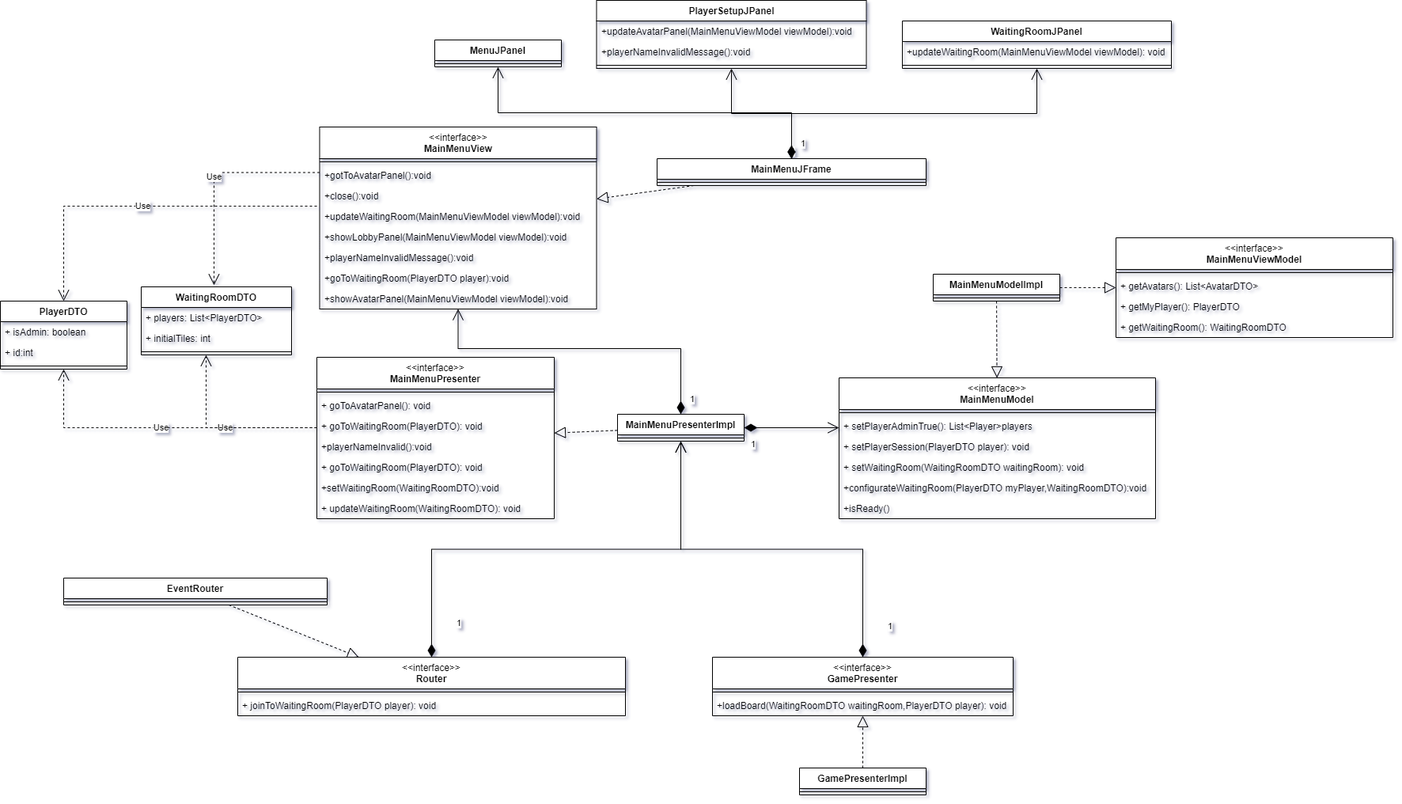
This is docs/imgs/CD_iniciar_partida.png from SilverFlin/DominosPizza, a draw.io export, as it was before one commit. Source tidied: cells renumbered, new cells last; positions are measured from the earlier drawing's top-left corner, leaving out a move shared by most shapes.
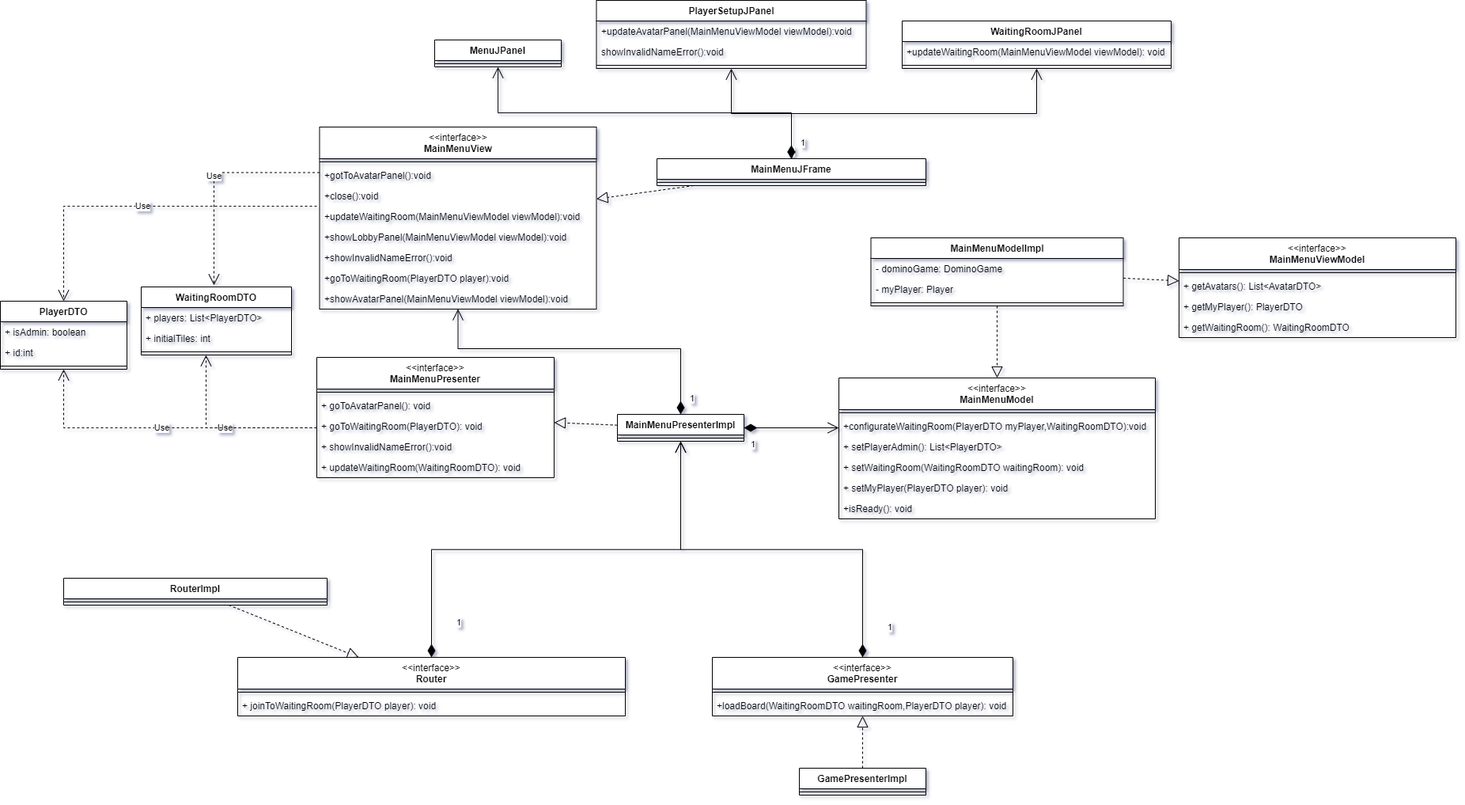
The same file after the commit.

Commit message:
docs: update iniciar partida

Diff of the diagram source:
```diff
@@ -17,18 +17,18 @@
     <mxCell id="6" value="&lt;b style=&quot;border-color: var(--border-color);&quot;&gt;MenuJPanel&lt;br&gt;&lt;br&gt;&lt;/b&gt;" style="swimlane;fontStyle=1;align=center;verticalAlign=top;horizontal=1;startSize=26;whiteSpace=wrap;html=1;" parent="1" vertex="1">
       <mxGeometry x="549" y="50" width="160" height="34" as="geometry" />
     </mxCell>
-    <mxCell id="7" style="line;strokeWidth=1;fillColor=none;align=left;verticalAlign=middle;spacingTop=-1;spacingLeft=3;spacingRight=3;labelPosition=right;strokeColor=inherit;" parent="6" vertex="1">
-      <mxGeometry y="26" width="160" height="8" as="geometry" />
-    </mxCell>
+    <mxCell id="81" style="line;strokeWidth=1;fillColor=none;align=left;verticalAlign=middle;spacingTop=-1;spacingLeft=3;spacingRight=3;labelPosition=right;strokeColor=inherit;" parent="6" vertex="1">
+      <mxGeometry y="26" width="160" height="8" as="geometry" />
+    </mxCell>
     <mxCell id="8" value="&lt;b style=&quot;border-color: var(--border-color);&quot;&gt;&lt;b style=&quot;border-color: var(--border-color);&quot;&gt;PlayerSetupJPanel&lt;br&gt;&lt;/b&gt;&lt;br&gt;&lt;/b&gt;" style="swimlane;fontStyle=1;align=center;verticalAlign=top;horizontal=1;startSize=26;whiteSpace=wrap;html=1;" parent="1" vertex="1">
       <mxGeometry x="753.5" width="341" height="86" as="geometry" />
     </mxCell>
     <mxCell id="9" value="+updateAvatarPanel(MainMenuViewModel viewModel):void" style="text;strokeColor=none;fillColor=none;align=left;verticalAlign=top;spacingLeft=4;spacingRight=4;overflow=hidden;whiteSpace=wrap;html=1;" parent="8" vertex="1">
       <mxGeometry y="26" width="341" height="26" as="geometry" />
     </mxCell>
-    <mxCell id="10" value="+playerNameInvalidMessage():void" style="text;strokeColor=none;fillColor=none;align=left;verticalAlign=top;spacingLeft=4;spacingRight=4;overflow=hidden;whiteSpace=wrap;html=1;" parent="8" vertex="1">
-      <mxGeometry y="52" width="341" height="26" as="geometry" />
-    </mxCell>
+    <mxCell id="82" value="showInvalidNameError():void" style="text;strokeColor=none;fillColor=none;align=left;verticalAlign=top;spacingLeft=4;spacingRight=4;overflow=hidden;whiteSpace=wrap;html=1;" parent="8" vertex="1">
+      <mxGeometry y="52" width="341" height="26" as="geometry" />
+    </mxCell>
     <mxCell id="11" style="line;strokeWidth=1;fillColor=none;align=left;verticalAlign=middle;spacingTop=-1;spacingLeft=3;spacingRight=3;labelPosition=right;strokeColor=inherit;" parent="8" vertex="1">
       <mxGeometry y="78" width="341" height="8" as="geometry" />
     </mxCell>
@@ -53,9 +53,9 @@
     <mxCell id="18" value="&lt;span style=&quot;border-color: var(--border-color);&quot;&gt;&lt;span style=&quot;border-color: var(--border-color);&quot;&gt;&lt;span style=&quot;font-weight: normal;&quot;&gt;&amp;lt;&amp;lt;interface&amp;gt;&amp;gt;&lt;/span&gt;&lt;br&gt;MainMenuView&lt;/span&gt;&lt;br&gt;&lt;/span&gt;" style="swimlane;fontStyle=1;align=center;verticalAlign=top;horizontal=1;startSize=40;whiteSpace=wrap;html=1;" parent="1" vertex="1">
       <mxGeometry x="403.5" y="160" width="350" height="230" as="geometry" />
     </mxCell>
-    <mxCell id="19" style="line;strokeWidth=1;fillColor=none;align=left;verticalAlign=middle;spacingTop=-1;spacingLeft=3;spacingRight=3;labelPosition=right;strokeColor=inherit;" parent="18" vertex="1">
-      <mxGeometry y="40" width="350" height="8" as="geometry" />
-    </mxCell>
+    <mxCell id="83" style="line;strokeWidth=1;fillColor=none;align=left;verticalAlign=middle;spacingTop=-1;spacingLeft=3;spacingRight=3;labelPosition=right;strokeColor=inherit;" parent="18" vertex="1">
+      <mxGeometry y="40" width="350" height="8" as="geometry" />
+    </mxCell>
     <mxCell id="20" value="+gotToAvatarPanel():void" style="text;strokeColor=none;fillColor=none;align=left;verticalAlign=top;spacingLeft=4;spacingRight=4;overflow=hidden;whiteSpace=wrap;html=1;" parent="18" vertex="1">
       <mxGeometry y="48" width="350" height="26" as="geometry" />
     </mxCell>
@@ -68,9 +68,9 @@
     <mxCell id="23" value="+showLobbyPanel(MainMenuViewModel viewModel):void" style="text;strokeColor=none;fillColor=none;align=left;verticalAlign=top;spacingLeft=4;spacingRight=4;overflow=hidden;whiteSpace=wrap;html=1;" parent="18" vertex="1">
       <mxGeometry y="126" width="350" height="26" as="geometry" />
     </mxCell>
-    <mxCell id="24" value="+playerNameInvalidMessage():void" style="text;strokeColor=none;fillColor=none;align=left;verticalAlign=top;spacingLeft=4;spacingRight=4;overflow=hidden;whiteSpace=wrap;html=1;" parent="18" vertex="1">
-      <mxGeometry y="152" width="350" height="26" as="geometry" />
-    </mxCell>
+    <mxCell id="84" value="+showInvalidNameError():void" style="text;strokeColor=none;fillColor=none;align=left;verticalAlign=top;spacingLeft=4;spacingRight=4;overflow=hidden;whiteSpace=wrap;html=1;" parent="18" vertex="1">
+      <mxGeometry y="152" width="350" height="26" as="geometry" />
+    </mxCell>
     <mxCell id="25" value="+goToWaitingRoom(PlayerDTO player):void" style="text;strokeColor=none;fillColor=none;align=left;verticalAlign=top;spacingLeft=4;spacingRight=4;overflow=hidden;whiteSpace=wrap;html=1;" parent="18" vertex="1">
       <mxGeometry y="178" width="350" height="26" as="geometry" />
     </mxCell>
@@ -80,11 +80,11 @@
     <mxCell id="27" value="&lt;b style=&quot;border-color: var(--border-color);&quot;&gt;MainMenuPresenterImpl&lt;br&gt;&lt;/b&gt;" style="swimlane;fontStyle=1;align=center;verticalAlign=top;horizontal=1;startSize=26;whiteSpace=wrap;html=1;" parent="1" vertex="1">
       <mxGeometry x="780" y="523" width="160" height="34" as="geometry" />
     </mxCell>
-    <mxCell id="28" style="line;strokeWidth=1;fillColor=none;align=left;verticalAlign=middle;spacingTop=-1;spacingLeft=3;spacingRight=3;labelPosition=right;strokeColor=inherit;" parent="27" vertex="1">
-      <mxGeometry y="26" width="160" height="8" as="geometry" />
-    </mxCell>
+    <mxCell id="85" style="line;strokeWidth=1;fillColor=none;align=left;verticalAlign=middle;spacingTop=-1;spacingLeft=3;spacingRight=3;labelPosition=right;strokeColor=inherit;" parent="27" vertex="1">
+      <mxGeometry y="26" width="160" height="8" as="geometry" />
+    </mxCell>
     <mxCell id="29" value="&lt;span style=&quot;border-color: var(--border-color);&quot;&gt;&lt;span style=&quot;border-color: var(--border-color);&quot;&gt;&lt;span style=&quot;font-weight: normal;&quot;&gt;&amp;lt;&amp;lt;interface&amp;gt;&amp;gt;&lt;/span&gt;&lt;br&gt;MainMenuPresenter&lt;/span&gt;&lt;br&gt;&lt;/span&gt;" style="swimlane;fontStyle=1;align=center;verticalAlign=top;horizontal=1;startSize=40;whiteSpace=wrap;html=1;" parent="1" vertex="1">
-      <mxGeometry x="400" y="451" width="300" height="204" as="geometry" />
+      <mxGeometry x="400" y="451" width="300" height="152" as="geometry" />
     </mxCell>
     <mxCell id="30" style="line;strokeWidth=1;fillColor=none;align=left;verticalAlign=middle;spacingTop=-1;spacingLeft=3;spacingRight=3;labelPosition=right;strokeColor=inherit;" parent="29" vertex="1">
       <mxGeometry y="40" width="300" height="8" as="geometry" />
@@ -95,17 +95,11 @@
     <mxCell id="32" value="+ goToWaitingRoom(PlayerDTO): void" style="text;strokeColor=none;fillColor=none;align=left;verticalAlign=top;spacingLeft=4;spacingRight=4;overflow=hidden;whiteSpace=wrap;html=1;" parent="29" vertex="1">
       <mxGeometry y="74" width="300" height="26" as="geometry" />
     </mxCell>
-    <mxCell id="33" value="+playerNameInvalid():void" style="text;strokeColor=none;fillColor=none;align=left;verticalAlign=top;spacingLeft=4;spacingRight=4;overflow=hidden;whiteSpace=wrap;html=1;" parent="29" vertex="1">
-      <mxGeometry y="100" width="300" height="26" as="geometry" />
-    </mxCell>
-    <mxCell id="34" value="+ goToWaitingRoom(PlayerDTO): void" style="text;strokeColor=none;fillColor=none;align=left;verticalAlign=top;spacingLeft=4;spacingRight=4;overflow=hidden;whiteSpace=wrap;html=1;" parent="29" vertex="1">
-      <mxGeometry y="126" width="300" height="26" as="geometry" />
-    </mxCell>
-    <mxCell id="35" value="+setWaitingRoom(WaitingRoomDTO):void" style="text;strokeColor=none;fillColor=none;align=left;verticalAlign=top;spacingLeft=4;spacingRight=4;overflow=hidden;whiteSpace=wrap;html=1;" parent="29" vertex="1">
-      <mxGeometry y="152" width="300" height="26" as="geometry" />
-    </mxCell>
+    <mxCell id="86" value="+ showInvalidNameError():void" style="text;strokeColor=none;fillColor=none;align=left;verticalAlign=top;spacingLeft=4;spacingRight=4;overflow=hidden;whiteSpace=wrap;html=1;" parent="29" vertex="1">
+      <mxGeometry y="100" width="300" height="26" as="geometry" />
+    </mxCell>
     <mxCell id="36" value="+ updateWaitingRoom(WaitingRoomDTO): void" style="text;strokeColor=none;fillColor=none;align=left;verticalAlign=top;spacingLeft=4;spacingRight=4;overflow=hidden;whiteSpace=wrap;html=1;" parent="29" vertex="1">
-      <mxGeometry y="178" width="300" height="26" as="geometry" />
+      <mxGeometry y="126" width="300" height="26" as="geometry" />
     </mxCell>
     <mxCell id="37" value="1" style="endArrow=open;html=1;endSize=12;startArrow=diamondThin;startSize=14;startFill=1;edgeStyle=elbowEdgeStyle;align=left;verticalAlign=bottom;rounded=0;elbow=vertical;" parent="1" edge="1" source="27" target="18">
       <mxGeometry x="-0.95" y="-10" relative="1" as="geometry">
@@ -114,10 +108,10 @@
         </Array>
       </mxGeometry>
     </mxCell>
-    <mxCell id="38" value="&lt;b style=&quot;border-color: var(--border-color);&quot;&gt;EventRouter&lt;br&gt;&lt;/b&gt;" style="swimlane;fontStyle=1;align=center;verticalAlign=top;horizontal=1;startSize=26;whiteSpace=wrap;html=1;" parent="1" vertex="1">
-      <mxGeometry x="80" y="730" width="333" height="34" as="geometry" />
-    </mxCell>
+    <mxCell id="87" value="&lt;b style=&quot;border-color: var(--border-color);&quot;&gt;RouterImpl&lt;br&gt;&lt;/b&gt;" style="swimlane;fontStyle=1;align=center;verticalAlign=top;horizontal=1;startSize=26;whiteSpace=wrap;html=1;" parent="1" vertex="1">
+      <mxGeometry x="80" y="730" width="333" height="34" as="geometry" />
+    </mxCell>
-    <mxCell id="39" style="line;strokeWidth=1;fillColor=none;align=left;verticalAlign=middle;spacingTop=-1;spacingLeft=3;spacingRight=3;labelPosition=right;strokeColor=inherit;" parent="38" vertex="1">
+    <mxCell id="39" style="line;strokeWidth=1;fillColor=none;align=left;verticalAlign=middle;spacingTop=-1;spacingLeft=3;spacingRight=3;labelPosition=right;strokeColor=inherit;" parent="87" vertex="1">
       <mxGeometry y="26" width="333" height="8" as="geometry" />
     </mxCell>
     <mxCell id="40" value="&lt;span style=&quot;border-color: var(--border-color);&quot;&gt;&lt;span style=&quot;border-color: var(--border-color);&quot;&gt;&lt;span style=&quot;font-weight: normal;&quot;&gt;&amp;lt;&amp;lt;interface&amp;gt;&amp;gt;&lt;/span&gt;&lt;br&gt;MainMenuModel&lt;/span&gt;&lt;br&gt;&lt;/span&gt;" style="swimlane;fontStyle=1;align=center;verticalAlign=top;horizontal=1;startSize=40;whiteSpace=wrap;html=1;" parent="1" vertex="1">
@@ -126,21 +120,21 @@
     <mxCell id="41" style="line;strokeWidth=1;fillColor=none;align=left;verticalAlign=middle;spacingTop=-1;spacingLeft=3;spacingRight=3;labelPosition=right;strokeColor=inherit;" parent="40" vertex="1">
       <mxGeometry y="40" width="400" height="8" as="geometry" />
     </mxCell>
-    <mxCell id="42" value="+ setPlayerAdminTrue(): List&amp;lt;Player&amp;gt;players" style="text;strokeColor=none;fillColor=none;align=left;verticalAlign=top;spacingLeft=4;spacingRight=4;overflow=hidden;whiteSpace=wrap;html=1;" parent="40" vertex="1">
-      <mxGeometry y="48" width="400" height="26" as="geometry" />
-    </mxCell>
-    <mxCell id="43" value="+ setPlayerSession(PlayerDTO player): void" style="text;strokeColor=none;fillColor=none;align=left;verticalAlign=top;spacingLeft=4;spacingRight=4;overflow=hidden;whiteSpace=wrap;html=1;" parent="40" vertex="1">
-      <mxGeometry y="74" width="400" height="26" as="geometry" />
-    </mxCell>
+    <mxCell id="45" value="+configurateWaitingRoom(PlayerDTO myPlayer,WaitingRoomDTO):void" style="text;strokeColor=none;fillColor=none;align=left;verticalAlign=top;spacingLeft=4;spacingRight=4;overflow=hidden;whiteSpace=wrap;html=1;" parent="40" vertex="1">
+      <mxGeometry y="48" width="400" height="26" as="geometry" />
+    </mxCell>
+    <mxCell id="88" value="+ setPlayerAdmin(): List&amp;lt;PlayerDTO&amp;gt;" style="text;strokeColor=none;fillColor=none;align=left;verticalAlign=top;spacingLeft=4;spacingRight=4;overflow=hidden;whiteSpace=wrap;html=1;" parent="40" vertex="1">
+      <mxGeometry y="74" width="400" height="26" as="geometry" />
+    </mxCell>
     <mxCell id="44" value="+ setWaitingRoom(WaitingRoomDTO waitingRoom): void" style="text;strokeColor=none;fillColor=none;align=left;verticalAlign=top;spacingLeft=4;spacingRight=4;overflow=hidden;whiteSpace=wrap;html=1;" parent="40" vertex="1">
       <mxGeometry y="100" width="400" height="26" as="geometry" />
     </mxCell>
-    <mxCell id="45" value="+configurateWaitingRoom(PlayerDTO myPlayer,WaitingRoomDTO):void" style="text;strokeColor=none;fillColor=none;align=left;verticalAlign=top;spacingLeft=4;spacingRight=4;overflow=hidden;whiteSpace=wrap;html=1;" parent="40" vertex="1">
-      <mxGeometry y="126" width="400" height="26" as="geometry" />
-    </mxCell>
-    <mxCell id="46" value="+isReady()" style="text;strokeColor=none;fillColor=none;align=left;verticalAlign=top;spacingLeft=4;spacingRight=4;overflow=hidden;whiteSpace=wrap;html=1;" parent="40" vertex="1">
-      <mxGeometry y="152" width="400" height="26" as="geometry" />
-    </mxCell>
+    <mxCell id="89" value="+ setMyPlayer(PlayerDTO player): void" style="text;strokeColor=none;fillColor=none;align=left;verticalAlign=top;spacingLeft=4;spacingRight=4;overflow=hidden;whiteSpace=wrap;html=1;" parent="40" vertex="1">
+      <mxGeometry y="126" width="400" height="26" as="geometry" />
+    </mxCell>
+    <mxCell id="90" value="+isReady(): void" style="text;strokeColor=none;fillColor=none;align=left;verticalAlign=top;spacingLeft=4;spacingRight=4;overflow=hidden;whiteSpace=wrap;html=1;" parent="40" vertex="1">
+      <mxGeometry y="152" width="400" height="26" as="geometry" />
+    </mxCell>
     <mxCell id="47" value="1" style="endArrow=open;html=1;endSize=12;startArrow=diamondThin;startSize=14;startFill=1;edgeStyle=orthogonalEdgeStyle;align=left;verticalAlign=bottom;rounded=0;" parent="1" edge="1" source="27" target="40">
       <mxGeometry x="-0.88" y="-30" relative="1" as="geometry">
         <Array as="points">
@@ -215,17 +209,23 @@
       <mxGeometry y="48" width="380" height="26" as="geometry" />
     </mxCell>
     <mxCell id="63" value="&lt;b style=&quot;border-color: var(--border-color);&quot;&gt;MainMenuModelImpl&lt;br&gt;&lt;/b&gt;" style="swimlane;fontStyle=1;align=center;verticalAlign=top;horizontal=1;startSize=26;whiteSpace=wrap;html=1;" parent="1" vertex="1">
-      <mxGeometry x="1179" y="346" width="160" height="34" as="geometry" />
+      <mxGeometry x="1100.5" y="300" width="319" height="86" as="geometry" />
     </mxCell>
-    <mxCell id="64" style="line;strokeWidth=1;fillColor=none;align=left;verticalAlign=middle;spacingTop=-1;spacingLeft=3;spacingRight=3;labelPosition=right;strokeColor=inherit;" parent="63" vertex="1">
-      <mxGeometry y="26" width="160" height="8" as="geometry" />
-    </mxCell>
+    <mxCell id="91" value="- dominoGame: DominoGame" style="text;strokeColor=none;fillColor=none;align=left;verticalAlign=top;spacingLeft=4;spacingRight=4;overflow=hidden;whiteSpace=wrap;html=1;" parent="63" vertex="1">
+      <mxGeometry y="26" width="319" height="26" as="geometry" />
+    </mxCell>
+    <mxCell id="92" value="- myPlayer: Player" style="text;strokeColor=none;fillColor=none;align=left;verticalAlign=top;spacingLeft=4;spacingRight=4;overflow=hidden;whiteSpace=wrap;html=1;" parent="63" vertex="1">
+      <mxGeometry y="52" width="319" height="26" as="geometry" />
+    </mxCell>
+    <mxCell id="93" style="line;strokeWidth=1;fillColor=none;align=left;verticalAlign=middle;spacingTop=-1;spacingLeft=3;spacingRight=3;labelPosition=right;strokeColor=inherit;" parent="63" vertex="1">
+      <mxGeometry y="78" width="319" height="8" as="geometry" />
+    </mxCell>
     <mxCell id="65" style="endArrow=block;dashed=1;endFill=0;endSize=12;html=1;rounded=0;" parent="1" edge="1" source="63" target="40">
       <mxGeometry relative="1" as="geometry" />
     </mxCell>
-    <mxCell id="66" style="endArrow=block;dashed=1;endFill=0;endSize=12;html=1;rounded=0;" parent="1" edge="1" source="38" target="67">
-      <mxGeometry relative="1" as="geometry" />
-    </mxCell>
+    <mxCell id="94" style="endArrow=block;dashed=1;endFill=0;endSize=12;html=1;rounded=0;" parent="1" edge="1" source="87" target="67">
+      <mxGeometry relative="1" as="geometry" />
+    </mxCell>
     <mxCell id="67" value="&lt;span style=&quot;border-color: var(--border-color);&quot;&gt;&lt;span style=&quot;border-color: var(--border-color);&quot;&gt;&lt;span style=&quot;font-weight: normal;&quot;&gt;&amp;lt;&amp;lt;interface&amp;gt;&amp;gt;&lt;/span&gt;&lt;br&gt;Router&lt;/span&gt;&lt;br&gt;&lt;/span&gt;" style="swimlane;fontStyle=1;align=center;verticalAlign=top;horizontal=1;startSize=40;whiteSpace=wrap;html=1;" parent="1" vertex="1">
       <mxGeometry x="300" y="830" width="490" height="74" as="geometry" />
     </mxCell>
@@ -242,11 +242,11 @@
       <mxGeometry x="-0.88" y="-30" relative="1" as="geometry" />
     </mxCell>
     <mxCell id="72" value="&lt;span style=&quot;border-color: var(--border-color);&quot;&gt;&lt;span style=&quot;border-color: var(--border-color);&quot;&gt;&lt;span style=&quot;font-weight: normal;&quot;&gt;&amp;lt;&amp;lt;interface&amp;gt;&amp;gt;&lt;/span&gt;&lt;br&gt;MainMenuViewModel&lt;/span&gt;&lt;br&gt;&lt;/span&gt;" style="swimlane;fontStyle=1;align=center;verticalAlign=top;horizontal=1;startSize=40;whiteSpace=wrap;html=1;" parent="1" vertex="1">
-      <mxGeometry x="1410" y="300" width="350" height="126" as="geometry" />
+      <mxGeometry x="1490" y="300" width="350" height="126" as="geometry" />
     </mxCell>
-    <mxCell id="73" style="line;strokeWidth=1;fillColor=none;align=left;verticalAlign=middle;spacingTop=-1;spacingLeft=3;spacingRight=3;labelPosition=right;strokeColor=inherit;" parent="72" vertex="1">
-      <mxGeometry y="40" width="350" height="8" as="geometry" />
-    </mxCell>
+    <mxCell id="95" style="line;strokeWidth=1;fillColor=none;align=left;verticalAlign=middle;spacingTop=-1;spacingLeft=3;spacingRight=3;labelPosition=right;strokeColor=inherit;" parent="72" vertex="1">
+      <mxGeometry y="40" width="350" height="8" as="geometry" />
+    </mxCell>
     <mxCell id="74" value="+ getAvatars(): List&amp;lt;AvatarDTO&amp;gt;" style="text;strokeColor=none;fillColor=none;align=left;verticalAlign=top;spacingLeft=4;spacingRight=4;overflow=hidden;whiteSpace=wrap;html=1;" parent="72" vertex="1">
       <mxGeometry y="48" width="350" height="26" as="geometry" />
     </mxCell>
@@ -262,9 +262,9 @@
     <mxCell id="78" value="&lt;b style=&quot;border-color: var(--border-color);&quot;&gt;GamePresenterImpl&lt;br&gt;&lt;/b&gt;" style="swimlane;fontStyle=1;align=center;verticalAlign=top;horizontal=1;startSize=26;whiteSpace=wrap;html=1;" parent="1" vertex="1">
       <mxGeometry x="1010" y="970" width="160" height="34" as="geometry" />
     </mxCell>
-    <mxCell id="79" style="line;strokeWidth=1;fillColor=none;align=left;verticalAlign=middle;spacingTop=-1;spacingLeft=3;spacingRight=3;labelPosition=right;strokeColor=inherit;" parent="78" vertex="1">
-      <mxGeometry y="26" width="160" height="8" as="geometry" />
-    </mxCell>
+    <mxCell id="96" style="line;strokeWidth=1;fillColor=none;align=left;verticalAlign=middle;spacingTop=-1;spacingLeft=3;spacingRight=3;labelPosition=right;strokeColor=inherit;" parent="78" vertex="1">
+      <mxGeometry y="26" width="160" height="8" as="geometry" />
+    </mxCell>
     <mxCell id="80" style="endArrow=block;dashed=1;endFill=0;endSize=12;html=1;rounded=0;" parent="1" edge="1" source="78" target="60">
       <mxGeometry relative="1" as="geometry" />
     </mxCell>
```
